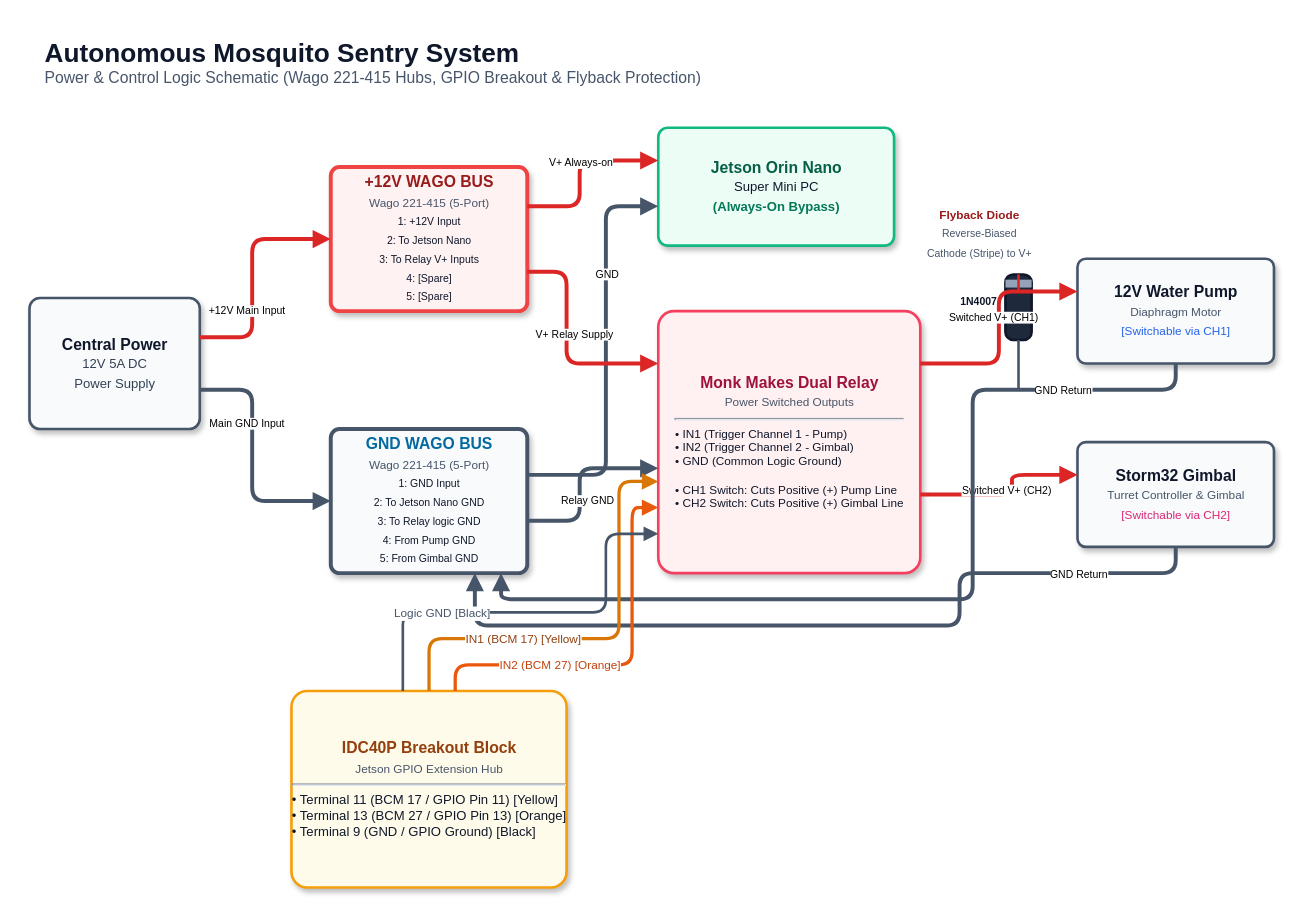
Earlier version of the draw.io diagram diagrams/power_distribution_with_wago.drawio (main-salman/dropMosquitoes). Source tidied: cells renumbered, new cells numbered last; positions are measured from the earlier drawing's top-left corner, leaving out a move shared by most shapes. Both pictures are drawn from the tidied source at 131%, with x=0, y=0 at pixel (29, 22).
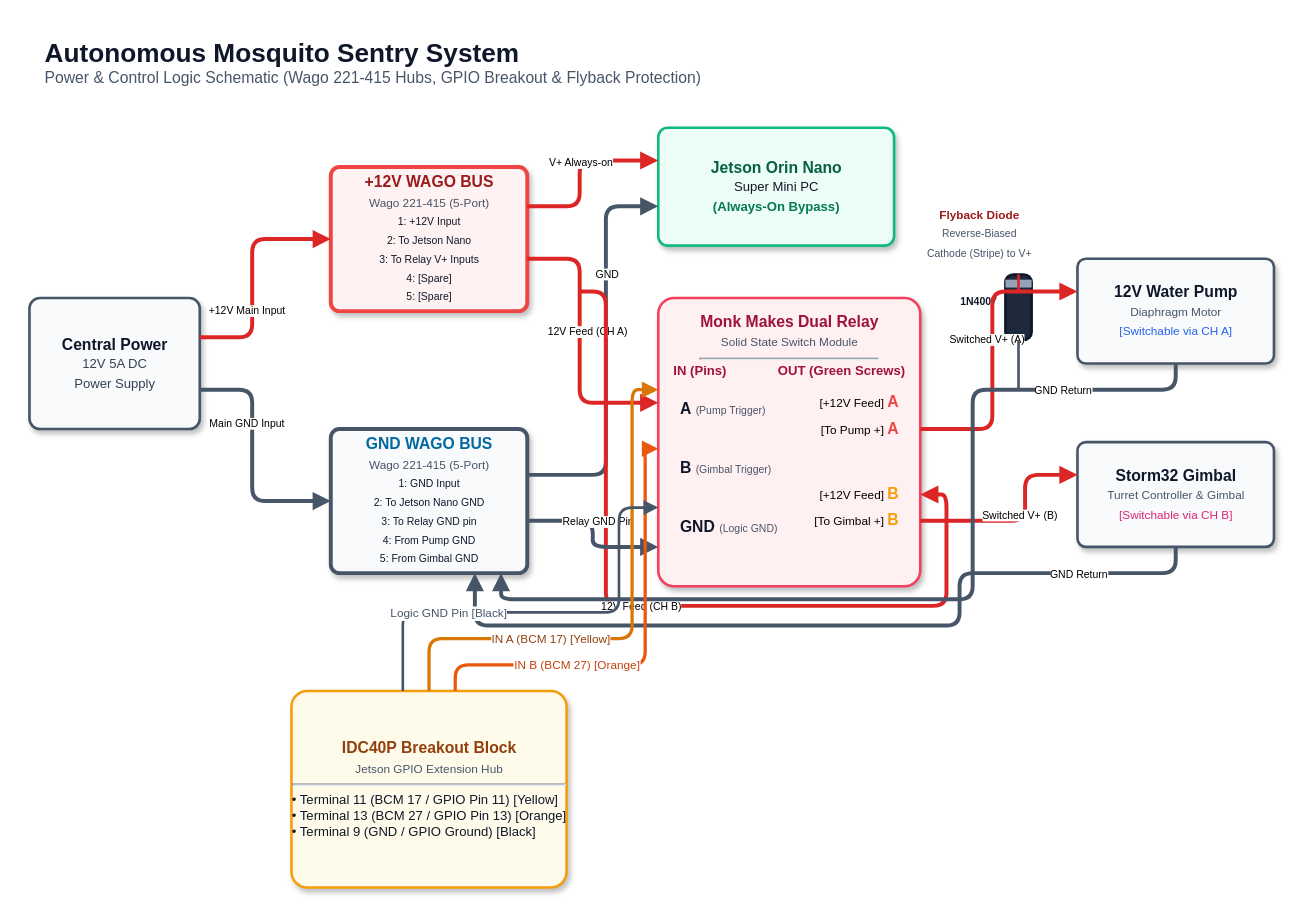
Above is the later version.

Commit message (it also covers changes not shown here):
Update power_distribution_with_wago.drawio to precisely match Monk Makes Dual Relay v1b physical layout

Unchanged cells that the change refers to:
```xml
<mxCell id="5" style="rounded=1;fillColor=#FEF2F2;strokeColor=#EF4444;strokeWidth=3;shadow=1;arcSize=6;" parent="1" vertex="1">
  <mxGeometry x="230" y="110" width="150" height="110" as="geometry" />
</mxCell>
<mxCell id="7" style="rounded=1;fillColor=#F8FAFC;strokeColor=#475569;strokeWidth=3;shadow=1;arcSize=6;" parent="1" vertex="1">
  <mxGeometry x="230" y="310" width="150" height="110" as="geometry" />
</mxCell>
<mxCell id="13" style="rounded=1;fillColor=#FFFBEB;strokeColor=#F59E0B;strokeWidth=2;shadow=1;arcSize=8;" parent="1" vertex="1">
  <mxGeometry x="200" y="510" width="210" height="150" as="geometry" />
</mxCell>
<mxCell id="15" style="rounded=1;fillColor=#F8FAFC;strokeColor=#475569;strokeWidth=2;shadow=1;arcSize=8;" parent="1" vertex="1">
  <mxGeometry x="800" y="180" width="150" height="80" as="geometry" />
</mxCell>
<mxCell id="17" style="rounded=1;fillColor=#F8FAFC;strokeColor=#475569;strokeWidth=2;shadow=1;arcSize=8;" parent="1" vertex="1">
  <mxGeometry x="800" y="320" width="150" height="80" as="geometry" />
</mxCell>
```

Change to the diagram source:
```diff
@@
-    <mxCell id="8" value="&lt;b style='color:#0369A1;font-size:12px'&gt;GND WAGO BUS&lt;/b&gt;&lt;br&gt;&lt;span style='color:#475569;font-size:9px'&gt;Wago 221-415 (5-Port)&lt;/span&gt;&lt;br&gt;&lt;span style='color:#0F172A;font-size:8px'&gt;1: GND Input&lt;br&gt;2: To Jetson Nano GND&lt;br&gt;3: To Relay logic GND&lt;br&gt;4: From Pump GND&lt;br&gt;5: From Gimbal GND&lt;/span&gt;" style="text;html=1;align=center;verticalAlign=middle;" parent="7" vertex="1">
+    <mxCell id="8" value="&lt;b style='color:#0369A1;font-size:12px'&gt;GND WAGO BUS&lt;/b&gt;&lt;br&gt;&lt;span style='color:#475569;font-size:9px'&gt;Wago 221-415 (5-Port)&lt;/span&gt;&lt;br&gt;&lt;span style='color:#0F172A;font-size:8px'&gt;1: GND Input&lt;br&gt;2: To Jetson Nano GND&lt;br&gt;3: To Relay GND pin&lt;br&gt;4: From Pump GND&lt;br&gt;5: From Gimbal GND&lt;/span&gt;" style="text;html=1;align=center;verticalAlign=middle;" parent="7" vertex="1">
       <mxGeometry x="5" y="5" width="140" height="100" as="geometry" />
     </mxCell>
@@
     <mxCell id="11" style="rounded=1;fillColor=#FFF1F2;strokeColor=#F43F5E;strokeWidth=2;shadow=1;arcSize=6;" parent="1" vertex="1">
-      <mxGeometry x="480" y="220" width="200" height="200" as="geometry" />
+      <mxGeometry x="480" y="210" width="200" height="220" as="geometry" />
     </mxCell>
-    <mxCell id="12" value="&lt;b style='color:#9F1239;font-size:12px'&gt;Monk Makes Dual Relay&lt;/b&gt;&lt;br&gt;&lt;span style='color:#475569;font-size:9px'&gt;Power Switched Outputs&lt;/span&gt;&lt;br&gt;&lt;hr style='border-color:#E2E8F0;margin:5px 0;'&gt;&lt;span style='color:#0F172A;font-size:9px;text-align:left;display:block;'&gt;• IN1 (Trigger Channel 1 - Pump)&lt;br&gt;• IN2 (Trigger Channel 2 - Gimbal)&lt;br&gt;• GND (Common Logic Ground)&lt;br&gt;&lt;br&gt;• CH1 Switch: Cuts Positive (+) Pump Line&lt;br&gt;• CH2 Switch: Cuts Positive (+) Gimbal Line&lt;/span&gt;" style="text;html=1;align=center;verticalAlign=middle;" parent="11" vertex="1">
-      <mxGeometry x="5" y="5" width="190" height="190" as="geometry" />
+    <mxCell id="12" value="&lt;b style='color:#9F1239;font-size:12px'&gt;Monk Makes Dual Relay&lt;/b&gt;&lt;br&gt;&lt;span style='color:#475569;font-size:9px'&gt;Solid State Switch Module&lt;/span&gt;&lt;br&gt;&lt;hr style='border-color:#E2E8F0;margin:5px 0;'&gt;" style="text;html=1;align=center;verticalAlign=top;spacingTop=5;" parent="11" vertex="1">
+      <mxGeometry width="200" height="40" as="geometry" />
     </mxCell>
+    <mxCell id="51" value="&lt;b style='color:#9F1239;font-size:10px'&gt;IN (Pins)&lt;/b&gt;" style="text;html=1;align=left;verticalAlign=middle;" parent="11" vertex="1">
+      <mxGeometry x="10" y="45" width="60" height="20" as="geometry" />
+    </mxCell>
+    <mxCell id="52" value="&lt;b style='color:#0F172A'&gt;A&lt;/b&gt; &lt;span style='color:#475569;font-size:8px'&gt;(Pump Trigger)&lt;/span&gt;" style="text;html=1;align=left;verticalAlign=middle;spacingLeft=5;" parent="11" vertex="1">
+      <mxGeometry x="10" y="70" width="90" height="30" as="geometry" />
+    </mxCell>
+    <mxCell id="53" value="&lt;b style='color:#0F172A'&gt;B&lt;/b&gt; &lt;span style='color:#475569;font-size:8px'&gt;(Gimbal Trigger)&lt;/span&gt;" style="text;html=1;align=left;verticalAlign=middle;spacingLeft=5;" parent="11" vertex="1">
+      <mxGeometry x="10" y="115" width="95" height="30" as="geometry" />
+    </mxCell>
+    <mxCell id="54" value="&lt;b style='color:#0F172A'&gt;GND&lt;/b&gt; &lt;span style='color:#475569;font-size:8px'&gt;(Logic GND)&lt;/span&gt;" style="text;html=1;align=left;verticalAlign=middle;spacingLeft=5;" parent="11" vertex="1">
+      <mxGeometry x="10" y="160" width="90" height="30" as="geometry" />
+    </mxCell>
+    <mxCell id="55" value="&lt;b style='color:#9F1239;font-size:10px'&gt;OUT (Green Screws)&lt;/b&gt;" style="text;html=1;align=right;verticalAlign=middle;" parent="11" vertex="1">
+      <mxGeometry x="80" y="45" width="110" height="20" as="geometry" />
+    </mxCell>
+    <mxCell id="56" value="&lt;span style='font-size:9px'&gt;[+12V Feed] &lt;/span&gt;&lt;b style='color:#EF4444'&gt;A&lt;/b&gt;" style="text;html=1;align=right;verticalAlign=middle;spacingRight=5;" parent="11" vertex="1">
+      <mxGeometry x="90" y="70" width="100" height="20" as="geometry" />
+    </mxCell>
+    <mxCell id="57" value="&lt;span style='font-size:9px'&gt;[To Pump +] &lt;/span&gt;&lt;b style='color:#EF4444'&gt;A&lt;/b&gt;" style="text;html=1;align=right;verticalAlign=middle;spacingRight=5;" parent="11" vertex="1">
+      <mxGeometry x="90" y="90" width="100" height="20" as="geometry" />
+    </mxCell>
+    <mxCell id="58" value="&lt;span style='font-size:9px'&gt;[+12V Feed] &lt;/span&gt;&lt;b style='color:#F59E0B'&gt;B&lt;/b&gt;" style="text;html=1;align=right;verticalAlign=middle;spacingRight=5;" parent="11" vertex="1">
+      <mxGeometry x="90" y="140" width="100" height="20" as="geometry" />
+    </mxCell>
+    <mxCell id="59" value="&lt;span style='font-size:9px'&gt;[To Gimbal +] &lt;/span&gt;&lt;b style='color:#F59E0B'&gt;B&lt;/b&gt;" style="text;html=1;align=right;verticalAlign=middle;spacingRight=5;" parent="11" vertex="1">
+      <mxGeometry x="90" y="160" width="100" height="20" as="geometry" />
+    </mxCell>
@@
-    <mxCell id="16" value="&lt;b style='color:#0F172A;font-size:12px'&gt;12V Water Pump&lt;/b&gt;&lt;br&gt;&lt;span style='color:#475569;font-size:9px'&gt;Diaphragm Motor&lt;br&gt;&lt;span style='color:#2563EB'&gt;[Switchable via CH1]&lt;/span&gt;&lt;/span&gt;" style="text;html=1;align=center;verticalAlign=middle;" parent="15" vertex="1">
+    <mxCell id="16" value="&lt;b style='color:#0F172A;font-size:12px'&gt;12V Water Pump&lt;/b&gt;&lt;br&gt;&lt;span style='color:#475569;font-size:9px'&gt;Diaphragm Motor&lt;br&gt;&lt;span style='color:#2563EB'&gt;[Switchable via CH A]&lt;/span&gt;&lt;/span&gt;" style="text;html=1;align=center;verticalAlign=middle;" parent="15" vertex="1">
       <mxGeometry x="5" y="10" width="140" height="60" as="geometry" />
     </mxCell>
@@
-    <mxCell id="18" value="&lt;b style='color:#0F172A;font-size:12px'&gt;Storm32 Gimbal&lt;/b&gt;&lt;br&gt;&lt;span style='color:#475569;font-size:9px'&gt;Turret Controller &amp; Gimbal&lt;br&gt;&lt;span style='color:#DB2777'&gt;[Switchable via CH2]&lt;/span&gt;&lt;/span&gt;" style="text;html=1;align=center;verticalAlign=middle;" parent="17" vertex="1">
+    <mxCell id="18" value="&lt;b style='color:#0F172A;font-size:12px'&gt;Storm32 Gimbal&lt;/b&gt;&lt;br&gt;&lt;span style='color:#475569;font-size:9px'&gt;Turret Controller &amp; Gimbal&lt;br&gt;&lt;span style='color:#DB2777'&gt;[Switchable via CH B]&lt;/span&gt;&lt;/span&gt;" style="text;html=1;align=center;verticalAlign=middle;" parent="17" vertex="1">
       <mxGeometry x="5" y="10" width="140" height="60" as="geometry" />
     </mxCell>
@@
     <mxCell id="31" style="endArrow=block;endFill=1;strokeColor=#DC2626;strokeWidth=3;rounded=1;edgeStyle=orthogonalEdgeStyle;" parent="1" edge="1" source="5" target="11">
       <mxGeometry relative="1" as="geometry">
         <Array as="points">
-          <mxPoint x="410" y="190" />
-          <mxPoint x="410" y="260" />
+          <mxPoint x="420" y="180" />
+          <mxPoint x="420" y="290" />
         </Array>
       </mxGeometry>
     </mxCell>
-    <mxCell id="32" value="V+ Relay Supply" style="edgeLabel;html=1;align=center;verticalAlign=middle;fontColor:#0F172A;fontSize=8;backgroundColor=#FFFFFF;" parent="31" vertex="1">
-      <mxGeometry x="-0.1" relative="1" as="geometry">
-        <mxPoint x="5" as="offset" />
-      </mxGeometry>
-    </mxCell>
+    <mxCell id="60" value="12V Feed (CH A)" style="edgeLabel;html=1;align=center;verticalAlign=middle;fontColor:#0F172A;fontSize=8;backgroundColor=#FFFFFF;" parent="31" vertex="1">
+      <mxGeometry x="-0.1" relative="1" as="geometry">
+        <mxPoint x="5" as="offset" />
+      </mxGeometry>
+    </mxCell>
+    <mxCell id="61" style="endArrow=block;endFill=1;strokeColor=#DC2626;strokeWidth=3;rounded=1;edgeStyle=orthogonalEdgeStyle;" parent="1" edge="1">
+      <mxGeometry relative="1" as="geometry">
+        <mxPoint x="420" y="205" as="sourcePoint" />
+        <mxPoint x="680" y="360" as="targetPoint" />
+        <Array as="points">
+          <mxPoint x="420" y="205" />
+          <mxPoint x="440" y="205" />
+          <mxPoint x="440" y="445" />
+          <mxPoint x="700" y="445" />
+          <mxPoint x="700" y="360" />
+        </Array>
+      </mxGeometry>
+    </mxCell>
+    <mxCell id="62" value="12V Feed (CH B)" style="edgeLabel;html=1;align=center;verticalAlign=middle;fontColor:#0F172A;fontSize=8;backgroundColor=#FFFFFF;" parent="61" vertex="1">
+      <mxGeometry x="-0.1" relative="1" as="geometry">
+        <mxPoint x="5" as="offset" />
+      </mxGeometry>
+    </mxCell>
     <mxCell id="33" style="endArrow=block;endFill=1;strokeColor=#475569;strokeWidth=3;rounded=1;edgeStyle=orthogonalEdgeStyle;" parent="1" edge="1" source="7" target="11">
       <mxGeometry relative="1" as="geometry">
         <Array as="points">
-          <mxPoint x="420" y="380" />
-          <mxPoint x="420" y="340" />
+          <mxPoint x="430" y="380" />
+          <mxPoint x="430" y="400" />
         </Array>
       </mxGeometry>
     </mxCell>
-    <mxCell id="34" value="Relay GND" style="edgeLabel;html=1;align=center;verticalAlign=middle;fontColor:#0F172A;fontSize=8;backgroundColor=#FFFFFF;" parent="33" vertex="1">
+    <mxCell id="34" value="Relay GND Pin" style="edgeLabel;html=1;align=center;verticalAlign=middle;fontColor:#0F172A;fontSize=8;backgroundColor=#FFFFFF;" parent="33" vertex="1">
       <mxGeometry x="-0.2" relative="1" as="geometry">
         <mxPoint x="5" as="offset" />
       </mxGeometry>
     </mxCell>
-    <mxCell id="35" style="endArrow=block;endFill=1;strokeColor=#DC2626;strokeWidth=3;rounded=1;edgeStyle=orthogonalEdgeStyle;" parent="1" edge="1" source="11" target="15">
-      <mxGeometry relative="1" as="geometry">
-        <Array as="points">
-          <mxPoint x="740" y="260" />
-          <mxPoint x="740" y="205" />
-        </Array>
-      </mxGeometry>
-    </mxCell>
-    <mxCell id="36" value="Switched V+ (CH1)" style="edgeLabel;html=1;align=center;verticalAlign=middle;fontColor:#0F172A;fontSize=8;backgroundColor=#FFFFFF;" parent="35" vertex="1">
-      <mxGeometry x="0.1" relative="1" as="geometry">
-        <mxPoint x="-5" as="offset" />
-      </mxGeometry>
-    </mxCell>
-    <mxCell id="37" style="endArrow=block;endFill=1;strokeColor=#DC2626;strokeWidth=3;rounded=1;edgeStyle=orthogonalEdgeStyle;" parent="1" edge="1" source="11" target="17">
-      <mxGeometry relative="1" as="geometry">
-        <Array as="points">
-          <mxPoint x="750" y="360" />
-          <mxPoint x="750" y="345" />
-        </Array>
-      </mxGeometry>
-    </mxCell>
-    <mxCell id="38" value="Switched V+ (CH2)" style="edgeLabel;html=1;align=center;verticalAlign=middle;fontColor:#0F172A;fontSize=8;backgroundColor=#FFFFFF;" parent="37" vertex="1">
-      <mxGeometry x="0.1" relative="1" as="geometry">
-        <mxPoint x="-5" as="offset" />
-      </mxGeometry>
-    </mxCell>
+    <mxCell id="63" style="endArrow=block;endFill=1;strokeColor=#DC2626;strokeWidth=3;rounded=1;edgeStyle=orthogonalEdgeStyle;" parent="1" edge="1" target="15">
+      <mxGeometry relative="1" as="geometry">
+        <mxPoint x="680" y="310" as="sourcePoint" />
+        <Array as="points">
+          <mxPoint x="735" y="310" />
+          <mxPoint x="735" y="205" />
+        </Array>
+      </mxGeometry>
+    </mxCell>
+    <mxCell id="64" value="Switched V+ (A)" style="edgeLabel;html=1;align=center;verticalAlign=middle;fontColor:#0F172A;fontSize=8;backgroundColor=#FFFFFF;" parent="63" vertex="1">
+      <mxGeometry x="0.1" relative="1" as="geometry">
+        <mxPoint x="-5" as="offset" />
+      </mxGeometry>
+    </mxCell>
+    <mxCell id="65" style="endArrow=block;endFill=1;strokeColor=#DC2626;strokeWidth=3;rounded=1;edgeStyle=orthogonalEdgeStyle;" parent="1" edge="1" target="17">
+      <mxGeometry relative="1" as="geometry">
+        <mxPoint x="680" y="380" as="sourcePoint" />
+        <Array as="points">
+          <mxPoint x="760" y="380" />
+          <mxPoint x="760" y="345" />
+        </Array>
+      </mxGeometry>
+    </mxCell>
+    <mxCell id="66" value="Switched V+ (B)" style="edgeLabel;html=1;align=center;verticalAlign=middle;fontColor:#0F172A;fontSize=8;backgroundColor=#FFFFFF;" parent="65" vertex="1">
+      <mxGeometry x="0.1" relative="1" as="geometry">
+        <mxPoint x="-5" as="offset" />
+      </mxGeometry>
+    </mxCell>
@@
     <mxCell id="45" style="endArrow=block;endFill=1;strokeColor=#D97706;strokeWidth=2.5;rounded=1;edgeStyle=orthogonalEdgeStyle;" parent="1" edge="1" source="13" target="11">
       <mxGeometry relative="1" as="geometry">
         <Array as="points">
           <mxPoint x="305" y="470" />
-          <mxPoint x="450" y="470" />
-          <mxPoint x="450" y="350" />
-          <mxPoint x="480" y="350" />
+          <mxPoint x="460" y="470" />
+          <mxPoint x="460" y="280" />
         </Array>
       </mxGeometry>
     </mxCell>
-    <mxCell id="46" value="IN1 (BCM 17) [Yellow]" style="edgeLabel;html=1;align=center;verticalAlign=middle;fontColor=#92400E;fontSize=9;backgroundColor=#FFFFFF;" parent="45" vertex="1">
+    <mxCell id="46" value="IN A (BCM 17) [Yellow]" style="edgeLabel;html=1;align=center;verticalAlign=middle;fontColor=#92400E;fontSize=9;backgroundColor=#FFFFFF;" parent="45" vertex="1">
       <mxGeometry x="-0.4" relative="1" as="geometry">
         <mxPoint x="10" as="offset" />
       </mxGeometry>
     </mxCell>
     <mxCell id="47" style="endArrow=block;endFill=1;strokeColor=#EA580C;strokeWidth=2.5;rounded=1;edgeStyle=orthogonalEdgeStyle;" parent="1" edge="1" source="13" target="11">
       <mxGeometry relative="1" as="geometry">
         <Array as="points">
           <mxPoint x="325" y="490" />
-          <mxPoint x="460" y="490" />
-          <mxPoint x="460" y="370" />
-          <mxPoint x="480" y="370" />
+          <mxPoint x="470" y="490" />
+          <mxPoint x="470" y="325" />
         </Array>
       </mxGeometry>
     </mxCell>
-    <mxCell id="48" value="IN2 (BCM 27) [Orange]" style="edgeLabel;html=1;align=center;verticalAlign=middle;fontColor=#C2410C;fontSize=9;backgroundColor=#FFFFFF;" parent="47" vertex="1">
+    <mxCell id="48" value="IN B (BCM 27) [Orange]" style="edgeLabel;html=1;align=center;verticalAlign=middle;fontColor=#C2410C;fontSize=9;backgroundColor=#FFFFFF;" parent="47" vertex="1">
       <mxGeometry x="-0.4" relative="1" as="geometry">
         <mxPoint x="10" as="offset" />
       </mxGeometry>
     </mxCell>
     <mxCell id="49" style="endArrow=block;endFill=1;strokeColor=#475569;strokeWidth=2;rounded=1;edgeStyle=orthogonalEdgeStyle;" parent="1" edge="1" source="13" target="11">
       <mxGeometry relative="1" as="geometry">
         <Array as="points">
           <mxPoint x="285" y="450" />
-          <mxPoint x="440" y="450" />
-          <mxPoint x="440" y="390" />
-          <mxPoint x="480" y="390" />
+          <mxPoint x="450" y="450" />
+          <mxPoint x="450" y="370" />
         </Array>
       </mxGeometry>
     </mxCell>
-    <mxCell id="50" value="Logic GND [Black]" style="edgeLabel;html=1;align=center;verticalAlign=middle;fontColor=#475569;fontSize=9;backgroundColor=#FFFFFF;" parent="49" vertex="1">
+    <mxCell id="50" value="Logic GND Pin [Black]" style="edgeLabel;html=1;align=center;verticalAlign=middle;fontColor=#475569;fontSize=9;backgroundColor=#FFFFFF;" parent="49" vertex="1">
       <mxGeometry x="-0.5" relative="1" as="geometry">
         <mxPoint x="10" as="offset" />
       </mxGeometry>
     </mxCell>
```
